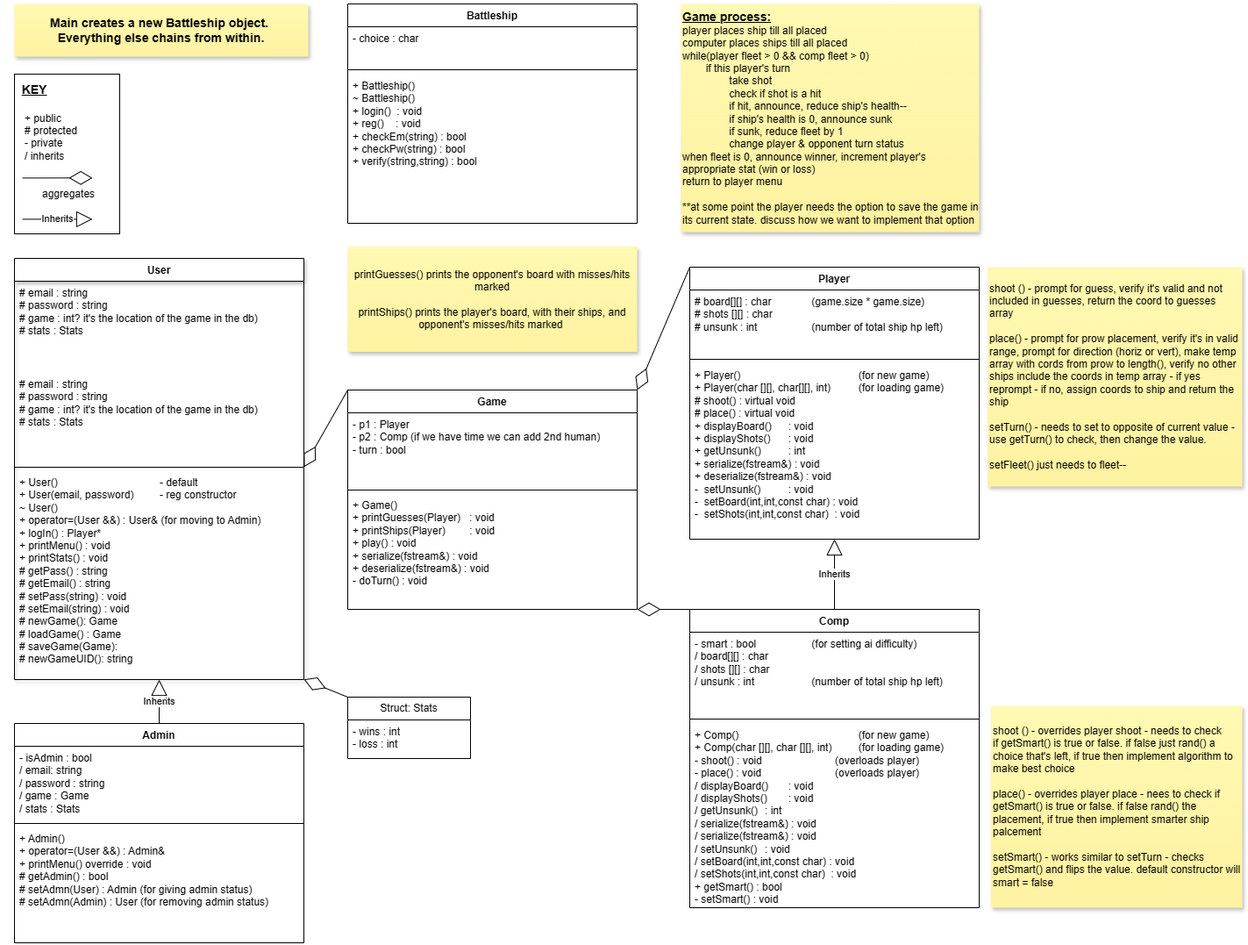
StephaniePeacock/Battleship keeps this draw.io diagram as BattleshipClasses.drawio.png. Above is the earlier version. Source tidied: cells renumbered, new cells last; positions are measured from the earlier drawing's top-left corner, leaving out a move shared by most shapes.
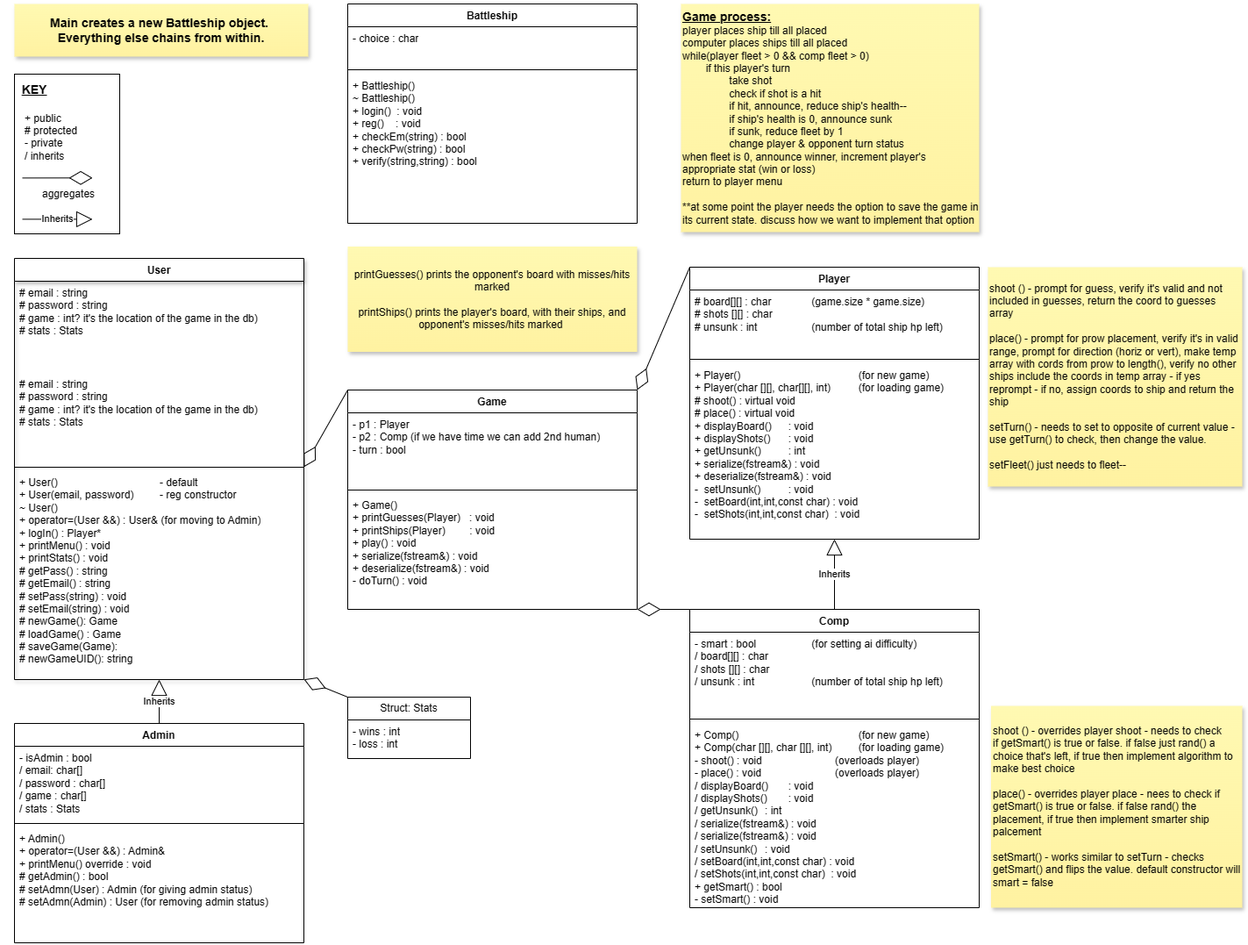
The same diagram one commit later.

What changed in the source:
```diff
@@ -32,7 +32,7 @@
     <mxCell id="11" value="Admin" style="swimlane;fontStyle=1;align=center;verticalAlign=top;horizontal=1;startSize=26;whiteSpace=wrap;html=1;" parent="1" vertex="1">
       <mxGeometry y="820" width="330" height="250" as="geometry" />
     </mxCell>
-    <mxCell id="12" value="- isAdmin : bool&lt;div&gt;/ email: string&lt;/div&gt;&lt;div&gt;/ password : string&lt;/div&gt;&lt;div&gt;/ game : Game&lt;/div&gt;&lt;div&gt;/ stats : Stats&lt;/div&gt;&lt;div&gt;&lt;br&gt;&lt;/div&gt;" style="text;strokeColor=none;fillColor=none;align=left;verticalAlign=top;spacingLeft=4;spacingRight=4;overflow=hidden;whiteSpace=wrap;html=1;" parent="11" vertex="1">
+    <mxCell id="12" value="- isAdmin : bool&lt;div&gt;/ email: char[]&lt;/div&gt;&lt;div&gt;/ password : char[]&lt;/div&gt;&lt;div&gt;/ game : char[]&lt;/div&gt;&lt;div&gt;/ stats : Stats&lt;/div&gt;&lt;div&gt;&lt;br&gt;&lt;/div&gt;" style="text;strokeColor=none;fillColor=none;align=left;verticalAlign=top;spacingLeft=4;spacingRight=4;overflow=hidden;whiteSpace=wrap;html=1;" parent="11" vertex="1">
       <mxGeometry y="26" width="330" height="84" as="geometry" />
     </mxCell>
     <mxCell id="13" style="line;strokeWidth=1;fillColor=none;align=left;verticalAlign=middle;spacingTop=-1;spacingLeft=3;spacingRight=3;labelPosition=right;strokeColor=inherit;" parent="11" vertex="1">
```
